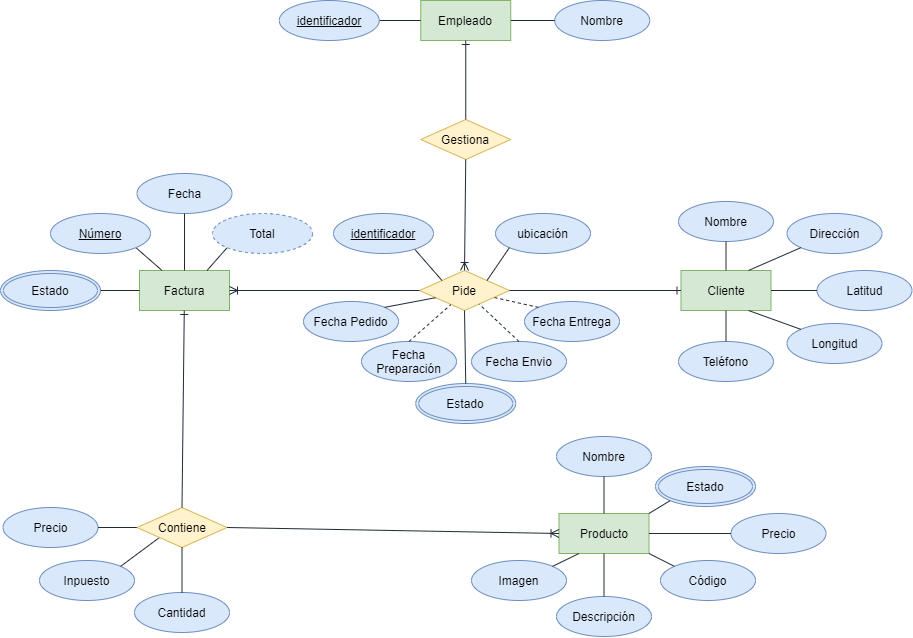
This is ModeloConceptualDomicilios.png from alfredo57i/ProyectoG59-03, a draw.io export, as it was before one commit. Source tidied: cells renumbered, new cells last; positions are measured from the earlier drawing's top-left corner, leaving out a move shared by most shapes.
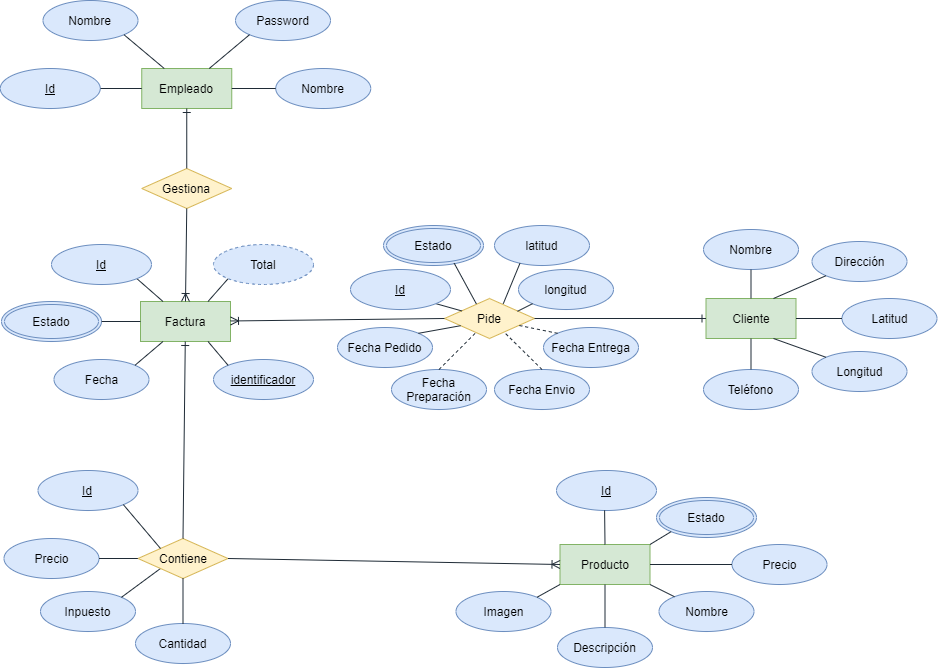
After the change.

Change to the diagram source:
```diff
@@ -3,19 +3,19 @@
     <mxCell id="0" />
     <mxCell id="1" parent="0" />
     <mxCell id="2" value="Cliente" style="whiteSpace=wrap;html=1;align=center;fillColor=#d5e8d4;strokeColor=#82b366;" parent="1" vertex="1">
-      <mxGeometry x="680.5" y="270" width="90" height="40" as="geometry" />
+      <mxGeometry x="704.5" y="267" width="90" height="40" as="geometry" />
     </mxCell>
     <mxCell id="3" value="Nombre" style="ellipse;whiteSpace=wrap;html=1;align=center;fillColor=#dae8fc;strokeColor=#6c8ebf;" parent="1" vertex="1">
-      <mxGeometry x="678" y="201" width="95" height="40" as="geometry" />
+      <mxGeometry x="702" y="198" width="95" height="40" as="geometry" />
     </mxCell>
     <mxCell id="4" value="Dirección" style="ellipse;whiteSpace=wrap;html=1;align=center;fillColor=#dae8fc;strokeColor=#6c8ebf;" parent="1" vertex="1">
-      <mxGeometry x="786.5" y="213" width="95" height="40" as="geometry" />
+      <mxGeometry x="810.5" y="210" width="95" height="40" as="geometry" />
     </mxCell>
     <mxCell id="5" value="Latitud" style="ellipse;whiteSpace=wrap;html=1;align=center;fillColor=#dae8fc;strokeColor=#6c8ebf;" parent="1" vertex="1">
-      <mxGeometry x="816.5" y="270" width="95" height="40" as="geometry" />
+      <mxGeometry x="840.5" y="267" width="95" height="40" as="geometry" />
     </mxCell>
     <mxCell id="6" value="Longitud" style="ellipse;whiteSpace=wrap;html=1;align=center;fillColor=#dae8fc;strokeColor=#6c8ebf;" parent="1" vertex="1">
-      <mxGeometry x="786.5" y="323" width="95" height="40" as="geometry" />
+      <mxGeometry x="810.5" y="320" width="95" height="40" as="geometry" />
     </mxCell>
     <mxCell id="7" style="endArrow=none;html=1;entryX=0.5;entryY=1;entryDx=0;entryDy=0;exitX=0.5;exitY=0;exitDx=0;exitDy=0;fillColor=#647687;strokeColor=#1F2B36;" parent="1" edge="1" source="2" target="3">
       <mxGeometry relative="1" as="geometry" />
@@ -30,18 +30,18 @@
       <mxGeometry relative="1" as="geometry" />
     </mxCell>
     <mxCell id="11" value="Pide" style="shape=rhombus;perimeter=rhombusPerimeter;whiteSpace=wrap;html=1;align=center;fillColor=#fff2cc;strokeColor=#d6b656;" parent="1" vertex="1">
-      <mxGeometry x="419" y="270" width="90" height="40" as="geometry" />
+      <mxGeometry x="443" y="267" width="90" height="40" as="geometry" />
     </mxCell>
     <mxCell id="12" value="Factura" style="whiteSpace=wrap;html=1;align=center;fillColor=#d5e8d4;strokeColor=#82b366;" parent="1" vertex="1">
       <mxGeometry x="139" y="270" width="90" height="40" as="geometry" />
     </mxCell>
     <mxCell id="13" value="Fecha" style="ellipse;whiteSpace=wrap;html=1;align=center;fillColor=#dae8fc;strokeColor=#6c8ebf;" parent="1" vertex="1">
-      <mxGeometry x="136.5" y="173" width="95" height="40" as="geometry" />
+      <mxGeometry x="52.5" y="328" width="95" height="40" as="geometry" />
     </mxCell>
     <mxCell id="14" value="Inpuesto" style="ellipse;whiteSpace=wrap;html=1;align=center;fillColor=#dae8fc;strokeColor=#6c8ebf;" parent="1" vertex="1">
       <mxGeometry x="39" y="560" width="95" height="40" as="geometry" />
     </mxCell>
-    <mxCell id="15" style="endArrow=none;html=1;entryX=0.5;entryY=1;entryDx=0;entryDy=0;exitX=0.5;exitY=0;exitDx=0;exitDy=0;fillColor=#647687;strokeColor=#1F2B36;" parent="1" edge="1" source="12" target="13">
+    <mxCell id="15" style="endArrow=none;html=1;entryX=1;entryY=0;entryDx=0;entryDy=0;exitX=0.25;exitY=1;exitDx=0;exitDy=0;fillColor=#647687;strokeColor=#1F2B36;" parent="1" edge="1" source="12" target="13">
       <mxGeometry relative="1" as="geometry" />
     </mxCell>
     <mxCell id="16" style="endArrow=none;html=1;entryX=1;entryY=0;entryDx=0;entryDy=0;fillColor=#647687;strokeColor=#1F2B36;exitX=0;exitY=1;exitDx=0;exitDy=0;" parent="1" edge="1" source="39" target="14">
@@ -57,25 +57,25 @@
       <mxGeometry relative="1" as="geometry" />
     </mxCell>
     <mxCell id="20" value="Fecha Pedido" style="ellipse;whiteSpace=wrap;html=1;align=center;fillColor=#dae8fc;strokeColor=#6c8ebf;" parent="1" vertex="1">
-      <mxGeometry x="303" y="301" width="95" height="40" as="geometry" />
+      <mxGeometry x="336" y="296" width="95" height="40" as="geometry" />
     </mxCell>
     <mxCell id="21" style="endArrow=none;html=1;exitX=1;exitY=0;exitDx=0;exitDy=0;entryX=0.179;entryY=0.68;entryDx=0;entryDy=0;fillColor=#647687;strokeColor=#1F2B36;entryPerimeter=0;" parent="1" edge="1" source="20" target="11">
       <mxGeometry relative="1" as="geometry" />
     </mxCell>
     <mxCell id="22" value="Fecha Preparación" style="ellipse;whiteSpace=wrap;html=1;align=center;fillColor=#dae8fc;strokeColor=#6c8ebf;" parent="1" vertex="1">
-      <mxGeometry x="361" y="341" width="95" height="40" as="geometry" />
+      <mxGeometry x="390" y="338" width="95" height="40" as="geometry" />
     </mxCell>
     <mxCell id="23" value="Fecha Envio" style="ellipse;whiteSpace=wrap;html=1;align=center;fillColor=#dae8fc;strokeColor=#6c8ebf;" parent="1" vertex="1">
-      <mxGeometry x="471" y="341" width="95" height="40" as="geometry" />
+      <mxGeometry x="493" y="338" width="95" height="40" as="geometry" />
     </mxCell>
     <mxCell id="24" value="Estado" style="ellipse;shape=doubleEllipse;margin=3;whiteSpace=wrap;html=1;align=center;fillColor=#dae8fc;strokeColor=#6c8ebf;" parent="1" vertex="1">
-      <mxGeometry x="415.2" y="383" width="100" height="40" as="geometry" />
+      <mxGeometry x="382" y="194" width="100" height="40" as="geometry" />
     </mxCell>
-    <mxCell id="25" style="endArrow=none;html=1;entryX=0.5;entryY=1;entryDx=0;entryDy=0;exitX=0.5;exitY=0;exitDx=0;exitDy=0;fillColor=#647687;strokeColor=#1F2B36;" parent="1" edge="1" source="24" target="11">
+    <mxCell id="25" style="endArrow=none;html=1;exitX=0.707;exitY=0.943;exitDx=0;exitDy=0;fillColor=#647687;strokeColor=#1F2B36;entryX=0.355;entryY=0.139;entryDx=0;entryDy=0;entryPerimeter=0;exitPerimeter=0;" parent="1" edge="1" source="24" target="11">
       <mxGeometry relative="1" as="geometry" />
     </mxCell>
     <mxCell id="26" value="Fecha Entrega" style="ellipse;whiteSpace=wrap;html=1;align=center;fillColor=#dae8fc;strokeColor=#6c8ebf;" parent="1" vertex="1">
-      <mxGeometry x="524" y="301" width="95" height="40" as="geometry" />
+      <mxGeometry x="542" y="296" width="95" height="40" as="geometry" />
     </mxCell>
     <mxCell id="27" style="endArrow=none;html=1;exitX=0.5;exitY=0;exitDx=0;exitDy=0;fillColor=#647687;strokeColor=#1F2B36;dashed=1;entryX=0.348;entryY=0.854;entryDx=0;entryDy=0;entryPerimeter=0;" parent="1" edge="1" source="22" target="11">
       <mxGeometry relative="1" as="geometry" />
@@ -90,7 +90,7 @@
       <mxGeometry x="558.5" y="513" width="90" height="40" as="geometry" />
     </mxCell>
     <mxCell id="31" value="Nombre" style="ellipse;whiteSpace=wrap;html=1;align=center;fillColor=#dae8fc;strokeColor=#6c8ebf;" parent="1" vertex="1">
-      <mxGeometry x="556" y="436" width="95" height="40" as="geometry" />
+      <mxGeometry x="657.5" y="560" width="95" height="40" as="geometry" />
     </mxCell>
     <mxCell id="32" value="Precio" style="ellipse;whiteSpace=wrap;html=1;align=center;fillColor=#dae8fc;strokeColor=#6c8ebf;" parent="1" vertex="1">
       <mxGeometry x="730.5" y="513" width="95" height="40" as="geometry" />
@@ -102,15 +102,15 @@
       <mxGeometry relative="1" as="geometry" />
     </mxCell>
     <mxCell id="35" value="Imagen" style="ellipse;whiteSpace=wrap;html=1;align=center;fillColor=#dae8fc;strokeColor=#6c8ebf;" parent="1" vertex="1">
-      <mxGeometry x="471" y="560" width="95" height="40" as="geometry" />
+      <mxGeometry x="454.5" y="560" width="95" height="40" as="geometry" />
     </mxCell>
-    <mxCell id="36" style="endArrow=none;html=1;entryX=0.5;entryY=0;entryDx=0;entryDy=0;fillColor=#647687;strokeColor=#1F2B36;" parent="1" edge="1" source="31" target="30">
+    <mxCell id="36" style="endArrow=none;html=1;entryX=1;entryY=1;entryDx=0;entryDy=0;fillColor=#647687;strokeColor=#1F2B36;" parent="1" edge="1" source="31" target="30">
       <mxGeometry relative="1" as="geometry" />
     </mxCell>
     <mxCell id="37" style="endArrow=none;html=1;exitX=0;exitY=0.5;exitDx=0;exitDy=0;entryX=1;entryY=0.5;entryDx=0;entryDy=0;fillColor=#647687;strokeColor=#1F2B36;" parent="1" edge="1" source="32" target="30">
       <mxGeometry relative="1" as="geometry" />
     </mxCell>
-    <mxCell id="38" style="endArrow=none;html=1;exitX=1;exitY=0;exitDx=0;exitDy=0;entryX=0.222;entryY=1;entryDx=0;entryDy=0;entryPerimeter=0;fillColor=#647687;strokeColor=#1F2B36;" parent="1" edge="1" source="35" target="30">
+    <mxCell id="38" style="endArrow=none;html=1;exitX=1;exitY=0;exitDx=0;exitDy=0;entryX=0;entryY=1;entryDx=0;entryDy=0;fillColor=#647687;strokeColor=#1F2B36;" parent="1" edge="1" source="35" target="30">
       <mxGeometry relative="1" as="geometry" />
     </mxCell>
     <mxCell id="39" value="Contiene" style="shape=rhombus;perimeter=rhombusPerimeter;whiteSpace=wrap;html=1;align=center;fillColor=#fff2cc;strokeColor=#d6b656;" parent="1" vertex="1">
@@ -146,20 +146,14 @@
     <mxCell id="49" style="endArrow=none;html=1;entryX=0.25;entryY=0;entryDx=0;entryDy=0;exitX=1;exitY=1;exitDx=0;exitDy=0;fillColor=#647687;strokeColor=#1F2B36;" parent="1" edge="1" source="50" target="12">
       <mxGeometry relative="1" as="geometry" />
     </mxCell>
-    <mxCell id="50" value="Número" style="ellipse;whiteSpace=wrap;html=1;align=center;fontStyle=4;fillColor=#dae8fc;strokeColor=#6c8ebf;" parent="1" vertex="1">
+    <mxCell id="50" value="Id" style="ellipse;whiteSpace=wrap;html=1;align=center;fontStyle=4;fillColor=#dae8fc;strokeColor=#6c8ebf;" parent="1" vertex="1">
       <mxGeometry x="50" y="213" width="100" height="40" as="geometry" />
     </mxCell>
-    <mxCell id="51" value="Código" style="ellipse;whiteSpace=wrap;html=1;align=center;fillColor=#dae8fc;strokeColor=#6c8ebf;" parent="1" vertex="1">
-      <mxGeometry x="660" y="560" width="95" height="40" as="geometry" />
-    </mxCell>
-    <mxCell id="52" style="endArrow=none;html=1;exitX=0;exitY=0;exitDx=0;exitDy=0;entryX=1;entryY=1;entryDx=0;entryDy=0;fillColor=#647687;strokeColor=#1F2B36;" parent="1" edge="1" source="51" target="30">
-      <mxGeometry relative="1" as="geometry" />
-    </mxCell>
-    <mxCell id="53" style="endArrow=none;html=1;entryX=0;entryY=0;entryDx=0;entryDy=0;fillColor=#647687;strokeColor=#1F2B36;exitX=0.5;exitY=0;exitDx=0;exitDy=0;" parent="1" edge="1" source="54" target="11">
+    <mxCell id="53" style="endArrow=none;html=1;entryX=0.194;entryY=0.312;entryDx=0;entryDy=0;fillColor=#647687;strokeColor=#1F2B36;exitX=1;exitY=1;exitDx=0;exitDy=0;entryPerimeter=0;" parent="1" edge="1" source="54" target="11">
       <mxGeometry relative="1" as="geometry" />
     </mxCell>
-    <mxCell id="54" value="identificador" style="ellipse;whiteSpace=wrap;html=1;align=center;fontStyle=4;fillColor=#dae8fc;strokeColor=#6c8ebf;" parent="1" vertex="1">
-      <mxGeometry x="333" y="213" width="100" height="40" as="geometry" />
+    <mxCell id="54" value="Id" style="ellipse;whiteSpace=wrap;html=1;align=center;fontStyle=4;fillColor=#dae8fc;strokeColor=#6c8ebf;" parent="1" vertex="1">
+      <mxGeometry x="349" y="238" width="100" height="40" as="geometry" />
     </mxCell>
     <mxCell id="55" value="Total" style="ellipse;whiteSpace=wrap;html=1;align=center;dashed=1;fillColor=#dae8fc;strokeColor=#6c8ebf;" parent="1" vertex="1">
       <mxGeometry x="212" y="213" width="100" height="40" as="geometry" />
@@ -167,23 +161,23 @@
     <mxCell id="56" style="fontSize=12;html=1;endArrow=ERoneToMany;fillColor=#647687;strokeColor=#1F2B36;exitX=0;exitY=0.5;exitDx=0;exitDy=0;" parent="1" edge="1" source="11" target="12">
       <mxGeometry relative="1" as="geometry" />
     </mxCell>
-    <mxCell id="57" value="ubicación" style="ellipse;whiteSpace=wrap;html=1;align=center;fillColor=#dae8fc;strokeColor=#6c8ebf;" parent="1" vertex="1">
-      <mxGeometry x="495" y="213" width="95" height="40" as="geometry" />
+    <mxCell id="57" value="longitud" style="ellipse;whiteSpace=wrap;html=1;align=center;fillColor=#dae8fc;strokeColor=#6c8ebf;" parent="1" vertex="1">
+      <mxGeometry x="517" y="238" width="95" height="40" as="geometry" />
     </mxCell>
-    <mxCell id="58" style="endArrow=none;html=1;fillColor=#647687;strokeColor=#1F2B36;exitX=0;exitY=1;exitDx=0;exitDy=0;entryX=1;entryY=0;entryDx=0;entryDy=0;" parent="1" edge="1" source="57" target="11">
+    <mxCell id="58" style="endArrow=none;html=1;fillColor=#647687;strokeColor=#1F2B36;exitX=0;exitY=1;exitDx=0;exitDy=0;entryX=0.811;entryY=0.32;entryDx=0;entryDy=0;entryPerimeter=0;" parent="1" edge="1" source="57" target="11">
       <mxGeometry relative="1" as="geometry" />
     </mxCell>
     <mxCell id="59" value="Teléfono" style="ellipse;whiteSpace=wrap;html=1;align=center;fillColor=#dae8fc;strokeColor=#6c8ebf;" parent="1" vertex="1">
-      <mxGeometry x="678" y="341" width="95" height="40" as="geometry" />
+      <mxGeometry x="702" y="338" width="95" height="40" as="geometry" />
     </mxCell>
     <mxCell id="60" style="endArrow=none;html=1;entryX=0.5;entryY=0;entryDx=0;entryDy=0;exitX=0.5;exitY=1;exitDx=0;exitDy=0;fillColor=#647687;strokeColor=#1F2B36;" parent="1" edge="1" source="2" target="59">
       <mxGeometry relative="1" as="geometry" />
     </mxCell>
     <mxCell id="61" value="Empleado" style="whiteSpace=wrap;html=1;align=center;fillColor=#d5e8d4;strokeColor=#82b366;" parent="1" vertex="1">
-      <mxGeometry x="420.2" width="90" height="40" as="geometry" />
+      <mxGeometry x="140.2" y="37" width="90" height="40" as="geometry" />
     </mxCell>
     <mxCell id="62" value="Nombre" style="ellipse;whiteSpace=wrap;html=1;align=center;fillColor=#dae8fc;strokeColor=#6c8ebf;" parent="1" vertex="1">
-      <mxGeometry x="554.2" width="95" height="40" as="geometry" />
+      <mxGeometry x="274.2" y="37" width="95" height="40" as="geometry" />
     </mxCell>
     <mxCell id="63" style="endArrow=none;html=1;entryX=1;entryY=0.5;entryDx=0;entryDy=0;fillColor=#647687;strokeColor=#1F2B36;exitX=0;exitY=0.5;exitDx=0;exitDy=0;" parent="1" edge="1" source="62" target="61">
       <mxGeometry relative="1" as="geometry" />
@@ -192,16 +186,52 @@
       <mxGeometry relative="1" as="geometry" />
     </mxCell>
     <mxCell id="65" value="Gestiona" style="shape=rhombus;perimeter=rhombusPerimeter;whiteSpace=wrap;html=1;align=center;fillColor=#fff2cc;strokeColor=#d6b656;" parent="1" vertex="1">
-      <mxGeometry x="420.2" y="119" width="90" height="40" as="geometry" />
+      <mxGeometry x="140.2" y="137" width="90" height="40" as="geometry" />
     </mxCell>
-    <mxCell id="66" value="identificador" style="ellipse;whiteSpace=wrap;html=1;align=center;fontStyle=4;fillColor=#dae8fc;strokeColor=#6c8ebf;" parent="1" vertex="1">
-      <mxGeometry x="278.8" width="100" height="40" as="geometry" />
+    <mxCell id="66" value="Id" style="ellipse;whiteSpace=wrap;html=1;align=center;fontStyle=4;fillColor=#dae8fc;strokeColor=#6c8ebf;" parent="1" vertex="1">
+      <mxGeometry x="-1.2" y="37" width="100" height="40" as="geometry" />
     </mxCell>
     <mxCell id="67" style="fontSize=12;html=1;endArrow=ERone;endFill=1;fillColor=#647687;strokeColor=#1F2B36;entryX=0.5;entryY=1;entryDx=0;entryDy=0;exitX=0.5;exitY=0;exitDx=0;exitDy=0;" parent="1" edge="1" source="65" target="61">
       <mxGeometry relative="1" as="geometry" />
     </mxCell>
-    <mxCell id="68" style="fontSize=12;html=1;endArrow=ERoneToMany;fillColor=#647687;strokeColor=#1F2B36;exitX=0.5;exitY=1;exitDx=0;exitDy=0;entryX=0.5;entryY=0;entryDx=0;entryDy=0;" parent="1" edge="1" source="65" target="11">
+    <mxCell id="68" style="fontSize=12;html=1;endArrow=ERoneToMany;fillColor=#647687;strokeColor=#1F2B36;exitX=0.5;exitY=1;exitDx=0;exitDy=0;entryX=0.5;entryY=0;entryDx=0;entryDy=0;" parent="1" edge="1" source="65" target="12">
       <mxGeometry relative="1" as="geometry" />
     </mxCell>
+    <mxCell id="69" value="latitud" style="ellipse;whiteSpace=wrap;html=1;align=center;fillColor=#dae8fc;strokeColor=#6c8ebf;" parent="1" vertex="1">
+      <mxGeometry x="493" y="194" width="95" height="40" as="geometry" />
+    </mxCell>
+    <mxCell id="70" style="endArrow=none;html=1;exitX=0.268;exitY=0.945;exitDx=0;exitDy=0;fillColor=#647687;strokeColor=#1F2B36;entryX=0.653;entryY=0.131;entryDx=0;entryDy=0;entryPerimeter=0;exitPerimeter=0;" parent="1" edge="1" source="69" target="11">
+      <mxGeometry relative="1" as="geometry" />
+    </mxCell>
+    <mxCell id="71" value="identificador" style="ellipse;whiteSpace=wrap;html=1;align=center;fontStyle=4;fillColor=#dae8fc;strokeColor=#6c8ebf;" parent="1" vertex="1">
+      <mxGeometry x="212" y="328" width="100" height="40" as="geometry" />
+    </mxCell>
+    <mxCell id="72" style="endArrow=none;html=1;entryX=0.75;entryY=1;entryDx=0;entryDy=0;exitX=0;exitY=0;exitDx=0;exitDy=0;fillColor=#647687;strokeColor=#1F2B36;" parent="1" edge="1" source="71" target="12">
+      <mxGeometry relative="1" as="geometry" />
+    </mxCell>
+    <mxCell id="73" value="Nombre" style="ellipse;whiteSpace=wrap;html=1;align=center;fillColor=#dae8fc;strokeColor=#6c8ebf;" parent="1" vertex="1">
+      <mxGeometry x="41.5" y="-31" width="95" height="40" as="geometry" />
+    </mxCell>
+    <mxCell id="74" style="endArrow=none;html=1;fillColor=#647687;strokeColor=#1F2B36;entryX=0.25;entryY=0;entryDx=0;entryDy=0;exitX=1;exitY=1;exitDx=0;exitDy=0;" parent="1" edge="1" source="73" target="61">
+      <mxGeometry relative="1" as="geometry" />
+    </mxCell>
+    <mxCell id="75" value="Password" style="ellipse;whiteSpace=wrap;html=1;align=center;fillColor=#dae8fc;strokeColor=#6c8ebf;" parent="1" vertex="1">
+      <mxGeometry x="234" y="-31" width="95" height="40" as="geometry" />
+    </mxCell>
+    <mxCell id="76" style="endArrow=none;html=1;fillColor=#647687;strokeColor=#1F2B36;entryX=0.75;entryY=0;entryDx=0;entryDy=0;exitX=0;exitY=1;exitDx=0;exitDy=0;" parent="1" edge="1" source="75" target="61">
+      <mxGeometry relative="1" as="geometry" />
+    </mxCell>
+    <mxCell id="77" value="Id" style="ellipse;whiteSpace=wrap;html=1;align=center;fontStyle=4;fillColor=#dae8fc;strokeColor=#6c8ebf;" parent="1" vertex="1">
+      <mxGeometry x="36.5" y="439" width="100" height="40" as="geometry" />
+    </mxCell>
+    <mxCell id="78" style="endArrow=none;html=1;entryX=0;entryY=0;entryDx=0;entryDy=0;fillColor=#647687;strokeColor=#1F2B36;exitX=1;exitY=1;exitDx=0;exitDy=0;" parent="1" edge="1" source="77" target="39">
+      <mxGeometry relative="1" as="geometry" />
+    </mxCell>
+    <mxCell id="79" value="Id" style="ellipse;whiteSpace=wrap;html=1;align=center;fontStyle=4;fillColor=#dae8fc;strokeColor=#6c8ebf;" parent="1" vertex="1">
+      <mxGeometry x="555" y="439" width="100" height="40" as="geometry" />
+    </mxCell>
+    <mxCell id="80" style="endArrow=none;html=1;entryX=0.481;entryY=0.995;entryDx=0;entryDy=0;fillColor=#647687;strokeColor=#1F2B36;exitX=0.5;exitY=0;exitDx=0;exitDy=0;entryPerimeter=0;" parent="1" edge="1" source="30" target="79">
+      <mxGeometry relative="1" as="geometry" />
+    </mxCell>
   </root>
 </mxGraphModel>
```
